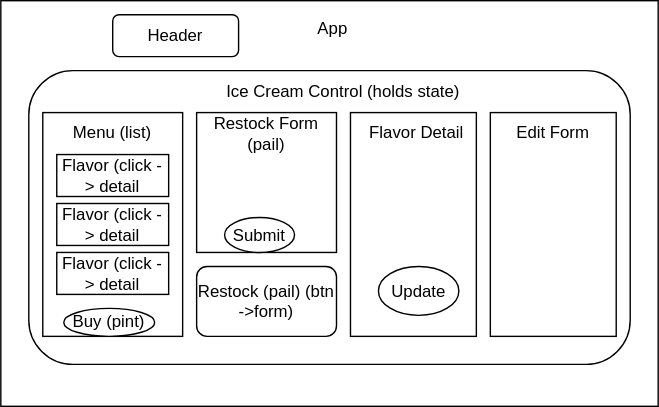
Above: src/assets/diagram.drawio.svg in kimmykokonut/inventory-tracker-redux (draw.io), before the change. Source tidied: cells renumbered, new cells last; positions are measured from the earlier drawing's top-left corner, leaving out a move shared by most shapes.
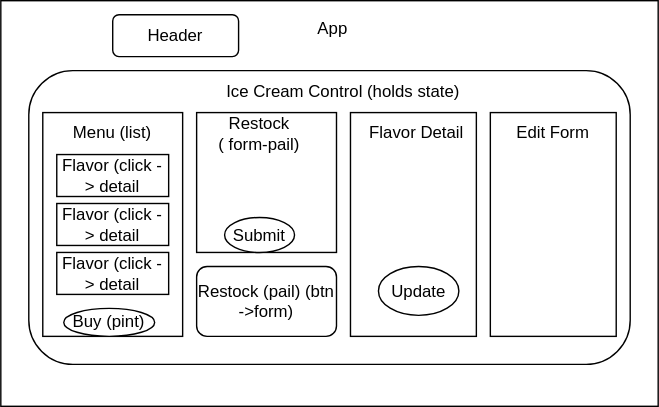
The same file after the commit.

Change to the diagram source:
```diff
@@ -53,8 +53,8 @@
     <mxCell id="18" value="Submit" style="ellipse;whiteSpace=wrap;html=1;" parent="11" vertex="1">
       <mxGeometry x="130" y="75" width="50" height="25" as="geometry" />
     </mxCell>
-    <mxCell id="19" value="Restock Form (pail)" style="text;html=1;strokeColor=none;fillColor=none;align=center;verticalAlign=middle;whiteSpace=wrap;rounded=0;" parent="11" vertex="1">
-      <mxGeometry x="120" width="80" height="30" as="geometry" />
+    <mxCell id="19" value="Restock &lt;br&gt;( form-pail)" style="text;html=1;strokeColor=none;fillColor=none;align=center;verticalAlign=middle;whiteSpace=wrap;rounded=0;" parent="11" vertex="1">
+      <mxGeometry x="110" width="90" height="30" as="geometry" />
     </mxCell>
     <mxCell id="20" value="Flavor Detail" style="text;html=1;strokeColor=none;fillColor=none;align=center;verticalAlign=middle;whiteSpace=wrap;rounded=0;" parent="11" vertex="1">
       <mxGeometry x="230" width="75" height="30" as="geometry" />
```
